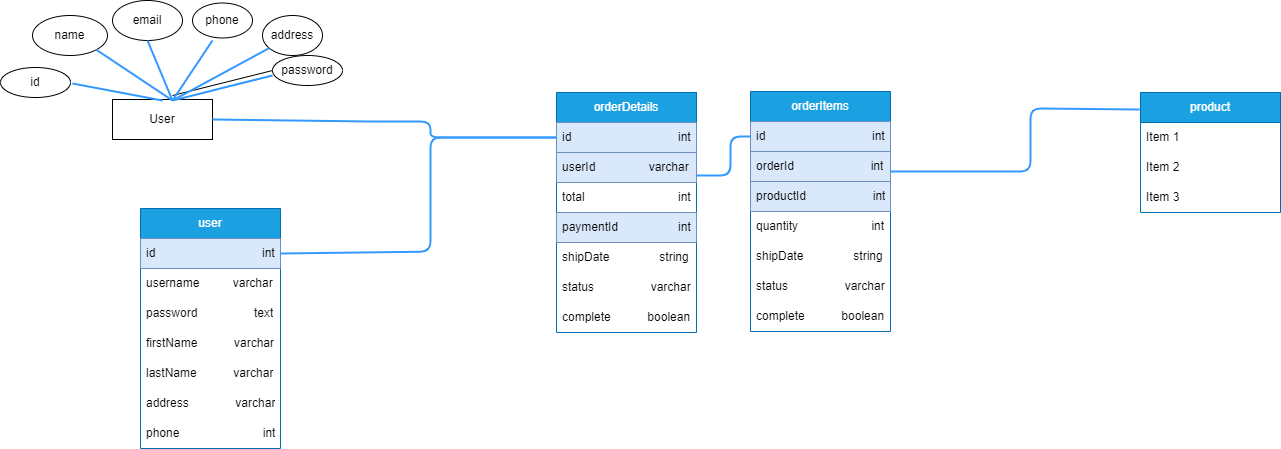
Before: ecommerce.png, a diagram exported from draw.io (sharifmajumdar/fs14-ecommerce-erd). Source tidied: cells renumbered, new cells last; positions are measured from the earlier drawing's top-left corner, leaving out a move shared by most shapes.
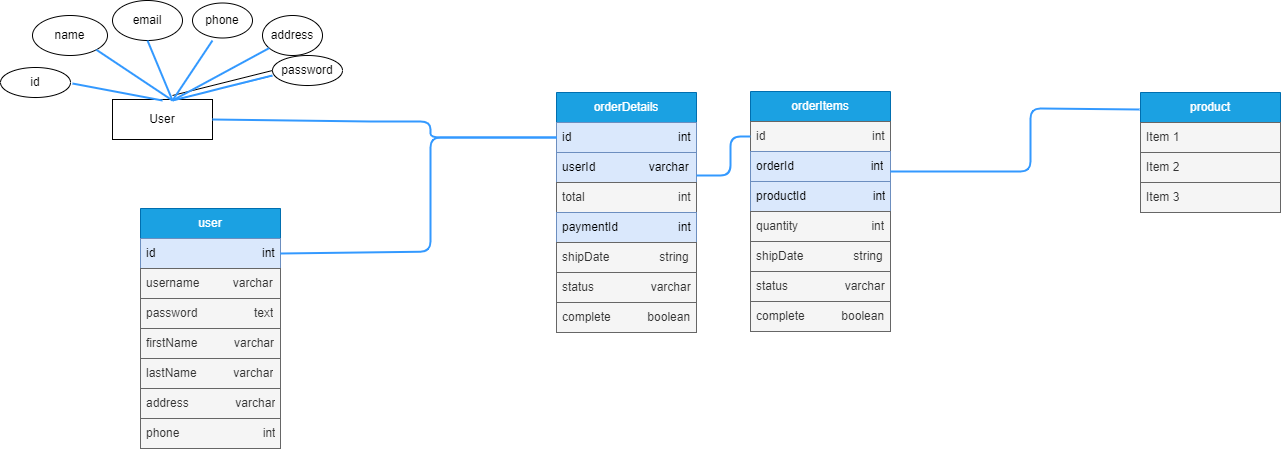
Above is the later version.

What changed in the source:
```diff
@@ -72,7 +72,7 @@
     <mxCell id="17" value="orderItems" style="swimlane;fontStyle=0;horizontal=1;startSize=30;whiteSpace=wrap;html=1;fillColor=#1ba1e2;strokeColor=#006EAF;fontColor=#ffffff;" parent="1" vertex="1">
       <mxGeometry x="750" y="91" width="140" height="240" as="geometry" />
     </mxCell>
-    <mxCell id="18" value="id&amp;nbsp; &amp;nbsp; &amp;nbsp; &amp;nbsp; &amp;nbsp; &amp;nbsp; &amp;nbsp; &amp;nbsp; &amp;nbsp; &amp;nbsp; &amp;nbsp; &amp;nbsp; &amp;nbsp; &amp;nbsp; &amp;nbsp; &amp;nbsp; int" style="text;strokeColor=#6c8ebf;fillColor=#dae8fc;align=left;verticalAlign=middle;spacingLeft=4;spacingRight=4;overflow=hidden;points=[[0,0.5],[1,0.5]];portConstraint=eastwest;whiteSpace=wrap;html=1;" parent="17" vertex="1">
+    <mxCell id="18" value="id&amp;nbsp; &amp;nbsp; &amp;nbsp; &amp;nbsp; &amp;nbsp; &amp;nbsp; &amp;nbsp; &amp;nbsp; &amp;nbsp; &amp;nbsp; &amp;nbsp; &amp;nbsp; &amp;nbsp; &amp;nbsp; &amp;nbsp; &amp;nbsp; int" style="text;align=left;verticalAlign=middle;spacingLeft=4;spacingRight=4;overflow=hidden;points=[[0,0.5],[1,0.5]];portConstraint=eastwest;whiteSpace=wrap;html=1;fillColor=#f5f5f5;fontColor=#333333;strokeColor=#666666;" parent="17" vertex="1">
       <mxGeometry y="30" width="140" height="30" as="geometry" />
     </mxCell>
     <mxCell id="19" value="orderId&amp;nbsp; &amp;nbsp; &amp;nbsp; &amp;nbsp; &amp;nbsp; &amp;nbsp; &amp;nbsp; &amp;nbsp; &amp;nbsp; &amp;nbsp; &amp;nbsp; &amp;nbsp;int" style="text;strokeColor=#6c8ebf;fillColor=#dae8fc;align=left;verticalAlign=middle;spacingLeft=4;spacingRight=4;overflow=hidden;whiteSpace=wrap;html=1;" parent="17" vertex="1">
@@ -81,16 +81,16 @@
     <mxCell id="20" value="productId&amp;nbsp; &amp;nbsp; &amp;nbsp; &amp;nbsp; &amp;nbsp; &amp;nbsp; &amp;nbsp; &amp;nbsp; &amp;nbsp; &amp;nbsp; int" style="text;strokeColor=#6c8ebf;fillColor=#dae8fc;align=left;verticalAlign=middle;spacingLeft=4;spacingRight=4;overflow=hidden;whiteSpace=wrap;html=1;" parent="17" vertex="1">
       <mxGeometry y="90" width="140" height="30" as="geometry" />
     </mxCell>
-    <mxCell id="21" value="quantity&amp;nbsp; &amp;nbsp; &amp;nbsp; &amp;nbsp; &amp;nbsp; &amp;nbsp; &amp;nbsp; &amp;nbsp; &amp;nbsp; &amp;nbsp; &amp;nbsp; int" style="text;strokeColor=none;fillColor=none;align=left;verticalAlign=middle;spacingLeft=4;spacingRight=4;overflow=hidden;whiteSpace=wrap;html=1;" parent="17" vertex="1">
+    <mxCell id="21" value="quantity&amp;nbsp; &amp;nbsp; &amp;nbsp; &amp;nbsp; &amp;nbsp; &amp;nbsp; &amp;nbsp; &amp;nbsp; &amp;nbsp; &amp;nbsp; &amp;nbsp; int" style="text;strokeColor=#666666;fillColor=#f5f5f5;align=left;verticalAlign=middle;spacingLeft=4;spacingRight=4;overflow=hidden;whiteSpace=wrap;html=1;fontColor=#333333;" parent="17" vertex="1">
       <mxGeometry y="120" width="140" height="30" as="geometry" />
     </mxCell>
-    <mxCell id="22" value="shipDate&amp;nbsp; &amp;nbsp; &amp;nbsp; &amp;nbsp; &amp;nbsp; &amp;nbsp; &amp;nbsp; &amp;nbsp;string" style="text;strokeColor=none;fillColor=none;align=left;verticalAlign=middle;spacingLeft=4;spacingRight=4;overflow=hidden;whiteSpace=wrap;html=1;" parent="17" vertex="1">
+    <mxCell id="22" value="shipDate&amp;nbsp; &amp;nbsp; &amp;nbsp; &amp;nbsp; &amp;nbsp; &amp;nbsp; &amp;nbsp; &amp;nbsp;string" style="text;strokeColor=#666666;fillColor=#f5f5f5;align=left;verticalAlign=middle;spacingLeft=4;spacingRight=4;overflow=hidden;whiteSpace=wrap;html=1;fontColor=#333333;" parent="17" vertex="1">
       <mxGeometry y="150" width="140" height="30" as="geometry" />
     </mxCell>
-    <mxCell id="23" value="status&amp;nbsp; &amp;nbsp; &amp;nbsp; &amp;nbsp; &amp;nbsp; &amp;nbsp; &amp;nbsp; &amp;nbsp; &amp;nbsp;varchar" style="text;strokeColor=none;fillColor=none;align=left;verticalAlign=middle;spacingLeft=4;spacingRight=4;overflow=hidden;whiteSpace=wrap;html=1;" parent="17" vertex="1">
+    <mxCell id="23" value="status&amp;nbsp; &amp;nbsp; &amp;nbsp; &amp;nbsp; &amp;nbsp; &amp;nbsp; &amp;nbsp; &amp;nbsp; &amp;nbsp;varchar" style="text;strokeColor=#666666;fillColor=#f5f5f5;align=left;verticalAlign=middle;spacingLeft=4;spacingRight=4;overflow=hidden;whiteSpace=wrap;html=1;fontColor=#333333;" parent="17" vertex="1">
       <mxGeometry y="180" width="140" height="30" as="geometry" />
     </mxCell>
-    <mxCell id="24" value="complete&amp;nbsp; &amp;nbsp; &amp;nbsp; &amp;nbsp; &amp;nbsp; &amp;nbsp;boolean" style="text;strokeColor=none;fillColor=none;align=left;verticalAlign=middle;spacingLeft=4;spacingRight=4;overflow=hidden;whiteSpace=wrap;html=1;" parent="17" vertex="1">
+    <mxCell id="24" value="complete&amp;nbsp; &amp;nbsp; &amp;nbsp; &amp;nbsp; &amp;nbsp; &amp;nbsp;boolean" style="text;strokeColor=#666666;fillColor=#f5f5f5;align=left;verticalAlign=middle;spacingLeft=4;spacingRight=4;overflow=hidden;whiteSpace=wrap;html=1;fontColor=#333333;" parent="17" vertex="1">
       <mxGeometry y="210" width="140" height="30" as="geometry" />
     </mxCell>
     <mxCell id="25" style="endArrow=none;html=1;rounded=1;exitX=-0.007;exitY=0.142;exitDx=0;exitDy=0;strokeWidth=2;strokeColor=#3399FF;exitPerimeter=0;" parent="1" edge="1" source="45">
@@ -112,19 +112,19 @@
     <mxCell id="28" value="userId&amp;nbsp; &amp;nbsp; &amp;nbsp; &amp;nbsp; &amp;nbsp; &amp;nbsp; &amp;nbsp; &amp;nbsp; varchar" style="text;strokeColor=#6c8ebf;fillColor=#dae8fc;align=left;verticalAlign=middle;spacingLeft=4;spacingRight=4;overflow=hidden;points=[[0,0.5],[1,0.5]];portConstraint=eastwest;whiteSpace=wrap;html=1;" parent="26" vertex="1">
       <mxGeometry y="60" width="140" height="30" as="geometry" />
     </mxCell>
-    <mxCell id="29" value="total&amp;nbsp; &amp;nbsp; &amp;nbsp; &amp;nbsp; &amp;nbsp; &amp;nbsp; &amp;nbsp; &amp;nbsp; &amp;nbsp; &amp;nbsp; &amp;nbsp; &amp;nbsp; &amp;nbsp; &amp;nbsp; int" style="text;strokeColor=none;fillColor=none;align=left;verticalAlign=middle;spacingLeft=4;spacingRight=4;overflow=hidden;whiteSpace=wrap;html=1;" parent="26" vertex="1">
+    <mxCell id="29" value="total&amp;nbsp; &amp;nbsp; &amp;nbsp; &amp;nbsp; &amp;nbsp; &amp;nbsp; &amp;nbsp; &amp;nbsp; &amp;nbsp; &amp;nbsp; &amp;nbsp; &amp;nbsp; &amp;nbsp; &amp;nbsp; int" style="text;strokeColor=#666666;fillColor=#f5f5f5;align=left;verticalAlign=middle;spacingLeft=4;spacingRight=4;overflow=hidden;whiteSpace=wrap;html=1;fontColor=#333333;" parent="26" vertex="1">
       <mxGeometry y="90" width="140" height="30" as="geometry" />
     </mxCell>
     <mxCell id="30" value="paymentId&amp;nbsp; &amp;nbsp; &amp;nbsp; &amp;nbsp; &amp;nbsp; &amp;nbsp; &amp;nbsp; &amp;nbsp; &amp;nbsp; int" style="text;strokeColor=#6c8ebf;fillColor=#dae8fc;align=left;verticalAlign=middle;spacingLeft=4;spacingRight=4;overflow=hidden;whiteSpace=wrap;html=1;" parent="26" vertex="1">
       <mxGeometry y="120" width="140" height="30" as="geometry" />
     </mxCell>
-    <mxCell id="31" value="shipDate&amp;nbsp; &amp;nbsp; &amp;nbsp; &amp;nbsp; &amp;nbsp; &amp;nbsp; &amp;nbsp; &amp;nbsp;string" style="text;strokeColor=none;fillColor=none;align=left;verticalAlign=middle;spacingLeft=4;spacingRight=4;overflow=hidden;whiteSpace=wrap;html=1;" parent="26" vertex="1">
+    <mxCell id="31" value="shipDate&amp;nbsp; &amp;nbsp; &amp;nbsp; &amp;nbsp; &amp;nbsp; &amp;nbsp; &amp;nbsp; &amp;nbsp;string" style="text;strokeColor=#666666;fillColor=#f5f5f5;align=left;verticalAlign=middle;spacingLeft=4;spacingRight=4;overflow=hidden;whiteSpace=wrap;html=1;fontColor=#333333;" parent="26" vertex="1">
       <mxGeometry y="150" width="140" height="30" as="geometry" />
     </mxCell>
-    <mxCell id="32" value="status&amp;nbsp; &amp;nbsp; &amp;nbsp; &amp;nbsp; &amp;nbsp; &amp;nbsp; &amp;nbsp; &amp;nbsp; &amp;nbsp;varchar" style="text;strokeColor=none;fillColor=none;align=left;verticalAlign=middle;spacingLeft=4;spacingRight=4;overflow=hidden;whiteSpace=wrap;html=1;" parent="26" vertex="1">
+    <mxCell id="32" value="status&amp;nbsp; &amp;nbsp; &amp;nbsp; &amp;nbsp; &amp;nbsp; &amp;nbsp; &amp;nbsp; &amp;nbsp; &amp;nbsp;varchar" style="text;strokeColor=#666666;fillColor=#f5f5f5;align=left;verticalAlign=middle;spacingLeft=4;spacingRight=4;overflow=hidden;whiteSpace=wrap;html=1;fontColor=#333333;" parent="26" vertex="1">
       <mxGeometry y="180" width="140" height="30" as="geometry" />
     </mxCell>
-    <mxCell id="33" value="complete&amp;nbsp; &amp;nbsp; &amp;nbsp; &amp;nbsp; &amp;nbsp; &amp;nbsp;boolean" style="text;strokeColor=none;fillColor=none;align=left;verticalAlign=middle;spacingLeft=4;spacingRight=4;overflow=hidden;whiteSpace=wrap;html=1;" parent="26" vertex="1">
+    <mxCell id="33" value="complete&amp;nbsp; &amp;nbsp; &amp;nbsp; &amp;nbsp; &amp;nbsp; &amp;nbsp;boolean" style="text;strokeColor=#666666;fillColor=#f5f5f5;align=left;verticalAlign=middle;spacingLeft=4;spacingRight=4;overflow=hidden;whiteSpace=wrap;html=1;fontColor=#333333;" parent="26" vertex="1">
       <mxGeometry y="210" width="140" height="30" as="geometry" />
     </mxCell>
     <mxCell id="34" style="endArrow=none;html=1;rounded=1;entryX=0;entryY=0.5;entryDx=0;entryDy=0;exitX=1;exitY=0.767;exitDx=0;exitDy=0;exitPerimeter=0;strokeColor=#3399FF;strokeWidth=2;" parent="1" edge="1" source="28" target="18">
@@ -141,22 +141,22 @@
     <mxCell id="36" value="id&amp;nbsp; &amp;nbsp; &amp;nbsp; &amp;nbsp; &amp;nbsp; &amp;nbsp; &amp;nbsp; &amp;nbsp; &amp;nbsp; &amp;nbsp; &amp;nbsp; &amp;nbsp; &amp;nbsp; &amp;nbsp; &amp;nbsp; &amp;nbsp; int" style="text;strokeColor=#6c8ebf;fillColor=#dae8fc;align=left;verticalAlign=middle;spacingLeft=4;spacingRight=4;overflow=hidden;points=[[0,0.5],[1,0.5]];portConstraint=eastwest;whiteSpace=wrap;html=1;" parent="35" vertex="1">
       <mxGeometry y="30" width="140" height="30" as="geometry" />
     </mxCell>
-    <mxCell id="37" value="username&amp;nbsp; &amp;nbsp; &amp;nbsp; &amp;nbsp; &amp;nbsp; varchar" style="text;strokeColor=none;fillColor=none;align=left;verticalAlign=middle;spacingLeft=4;spacingRight=4;overflow=hidden;whiteSpace=wrap;html=1;" parent="35" vertex="1">
+    <mxCell id="37" value="username&amp;nbsp; &amp;nbsp; &amp;nbsp; &amp;nbsp; &amp;nbsp; varchar" style="text;strokeColor=#666666;fillColor=#f5f5f5;align=left;verticalAlign=middle;spacingLeft=4;spacingRight=4;overflow=hidden;whiteSpace=wrap;html=1;fontColor=#333333;" parent="35" vertex="1">
       <mxGeometry y="60" width="140" height="30" as="geometry" />
     </mxCell>
-    <mxCell id="38" value="password&amp;nbsp; &amp;nbsp; &amp;nbsp; &amp;nbsp; &amp;nbsp; &amp;nbsp; &amp;nbsp; &amp;nbsp; &amp;nbsp;text" style="text;strokeColor=none;fillColor=none;align=left;verticalAlign=middle;spacingLeft=4;spacingRight=4;overflow=hidden;whiteSpace=wrap;html=1;" parent="35" vertex="1">
+    <mxCell id="38" value="password&amp;nbsp; &amp;nbsp; &amp;nbsp; &amp;nbsp; &amp;nbsp; &amp;nbsp; &amp;nbsp; &amp;nbsp; &amp;nbsp;text" style="text;strokeColor=#666666;fillColor=#f5f5f5;align=left;verticalAlign=middle;spacingLeft=4;spacingRight=4;overflow=hidden;whiteSpace=wrap;html=1;fontColor=#333333;" parent="35" vertex="1">
       <mxGeometry y="90" width="140" height="30" as="geometry" />
     </mxCell>
-    <mxCell id="39" value="firstName&amp;nbsp; &amp;nbsp; &amp;nbsp; &amp;nbsp; &amp;nbsp; &amp;nbsp;varchar" style="text;strokeColor=none;fillColor=none;align=left;verticalAlign=middle;spacingLeft=4;spacingRight=4;overflow=hidden;whiteSpace=wrap;html=1;" parent="35" vertex="1">
+    <mxCell id="39" value="firstName&amp;nbsp; &amp;nbsp; &amp;nbsp; &amp;nbsp; &amp;nbsp; &amp;nbsp;varchar" style="text;strokeColor=#666666;fillColor=#f5f5f5;align=left;verticalAlign=middle;spacingLeft=4;spacingRight=4;overflow=hidden;whiteSpace=wrap;html=1;fontColor=#333333;" parent="35" vertex="1">
       <mxGeometry y="120" width="140" height="30" as="geometry" />
     </mxCell>
-    <mxCell id="40" value="lastName&amp;nbsp; &amp;nbsp; &amp;nbsp; &amp;nbsp; &amp;nbsp; &amp;nbsp;varchar" style="text;strokeColor=none;fillColor=none;align=left;verticalAlign=middle;spacingLeft=4;spacingRight=4;overflow=hidden;whiteSpace=wrap;html=1;" parent="35" vertex="1">
+    <mxCell id="40" value="lastName&amp;nbsp; &amp;nbsp; &amp;nbsp; &amp;nbsp; &amp;nbsp; &amp;nbsp;varchar" style="text;strokeColor=#666666;fillColor=#f5f5f5;align=left;verticalAlign=middle;spacingLeft=4;spacingRight=4;overflow=hidden;whiteSpace=wrap;html=1;fontColor=#333333;" parent="35" vertex="1">
       <mxGeometry y="150" width="140" height="30" as="geometry" />
     </mxCell>
-    <mxCell id="41" value="address&amp;nbsp; &amp;nbsp; &amp;nbsp; &amp;nbsp; &amp;nbsp; &amp;nbsp; &amp;nbsp; varchar" style="text;strokeColor=none;fillColor=none;align=left;verticalAlign=middle;spacingLeft=4;spacingRight=4;overflow=hidden;whiteSpace=wrap;html=1;" parent="35" vertex="1">
+    <mxCell id="41" value="address&amp;nbsp; &amp;nbsp; &amp;nbsp; &amp;nbsp; &amp;nbsp; &amp;nbsp; &amp;nbsp; varchar" style="text;strokeColor=#666666;fillColor=#f5f5f5;align=left;verticalAlign=middle;spacingLeft=4;spacingRight=4;overflow=hidden;whiteSpace=wrap;html=1;fontColor=#333333;" parent="35" vertex="1">
       <mxGeometry y="180" width="140" height="30" as="geometry" />
     </mxCell>
-    <mxCell id="42" value="phone&amp;nbsp; &amp;nbsp; &amp;nbsp; &amp;nbsp; &amp;nbsp; &amp;nbsp; &amp;nbsp; &amp;nbsp; &amp;nbsp; &amp;nbsp; &amp;nbsp; &amp;nbsp; &amp;nbsp;int" style="text;strokeColor=none;fillColor=none;align=left;verticalAlign=middle;spacingLeft=4;spacingRight=4;overflow=hidden;whiteSpace=wrap;html=1;" parent="35" vertex="1">
+    <mxCell id="42" value="phone&amp;nbsp; &amp;nbsp; &amp;nbsp; &amp;nbsp; &amp;nbsp; &amp;nbsp; &amp;nbsp; &amp;nbsp; &amp;nbsp; &amp;nbsp; &amp;nbsp; &amp;nbsp; &amp;nbsp;int" style="text;strokeColor=#666666;fillColor=#f5f5f5;align=left;verticalAlign=middle;spacingLeft=4;spacingRight=4;overflow=hidden;whiteSpace=wrap;html=1;fontColor=#333333;" parent="35" vertex="1">
       <mxGeometry y="210" width="140" height="30" as="geometry" />
     </mxCell>
     <mxCell id="43" style="endArrow=none;html=1;rounded=1;entryX=0;entryY=0.5;entryDx=0;entryDy=0;exitX=1;exitY=0.5;exitDx=0;exitDy=0;strokeColor=#3399FF;strokeWidth=2;" parent="1" edge="1" source="36" target="27">
@@ -179,13 +179,13 @@
     <mxCell id="45" value="product" style="swimlane;fontStyle=0;horizontal=1;startSize=30;whiteSpace=wrap;html=1;fillColor=#1ba1e2;strokeColor=#006EAF;fontColor=#ffffff;" parent="1" vertex="1">
       <mxGeometry x="1140" y="92" width="140" height="120" as="geometry" />
     </mxCell>
-    <mxCell id="46" value="Item 1" style="text;strokeColor=none;fillColor=none;align=left;verticalAlign=middle;spacingLeft=4;spacingRight=4;overflow=hidden;whiteSpace=wrap;html=1;" parent="45" vertex="1">
+    <mxCell id="46" value="Item 1" style="text;strokeColor=#666666;fillColor=#f5f5f5;align=left;verticalAlign=middle;spacingLeft=4;spacingRight=4;overflow=hidden;whiteSpace=wrap;html=1;fontColor=#333333;" parent="45" vertex="1">
       <mxGeometry y="30" width="140" height="30" as="geometry" />
     </mxCell>
-    <mxCell id="47" value="Item 2" style="text;strokeColor=none;fillColor=none;align=left;verticalAlign=middle;spacingLeft=4;spacingRight=4;overflow=hidden;whiteSpace=wrap;html=1;" parent="45" vertex="1">
+    <mxCell id="47" value="Item 2" style="text;strokeColor=#666666;fillColor=#f5f5f5;align=left;verticalAlign=middle;spacingLeft=4;spacingRight=4;overflow=hidden;whiteSpace=wrap;html=1;fontColor=#333333;" parent="45" vertex="1">
       <mxGeometry y="60" width="140" height="30" as="geometry" />
     </mxCell>
-    <mxCell id="48" value="Item 3" style="text;strokeColor=none;fillColor=none;align=left;verticalAlign=middle;spacingLeft=4;spacingRight=4;overflow=hidden;whiteSpace=wrap;html=1;" parent="45" vertex="1">
+    <mxCell id="48" value="Item 3" style="text;strokeColor=#666666;fillColor=#f5f5f5;align=left;verticalAlign=middle;spacingLeft=4;spacingRight=4;overflow=hidden;whiteSpace=wrap;html=1;fontColor=#333333;" parent="45" vertex="1">
       <mxGeometry y="90" width="140" height="30" as="geometry" />
     </mxCell>
   </root>
```
